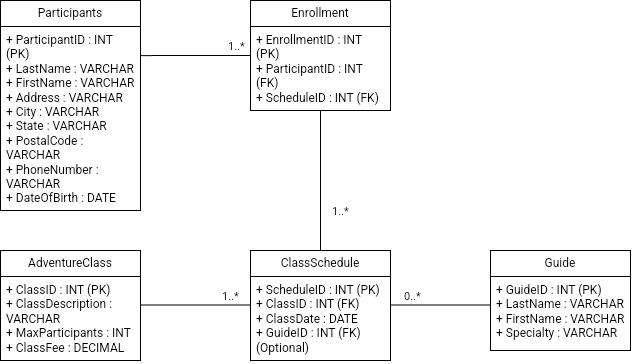
mtthwclmnt/CPE106L-4-Group-4-Submissions keeps this draw.io diagram as LR5/ProgrammingProblem1Diagram.drawio.png. Above is the earlier version. Source tidied: cells renumbered, new cells last; positions are measured from the earlier drawing's top-left corner, leaving out a move shared by most shapes.
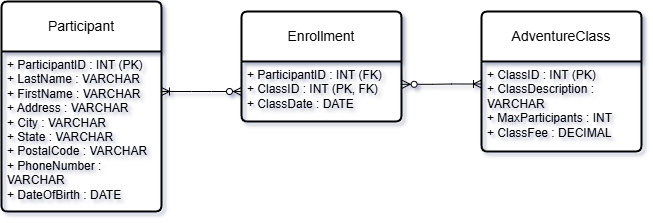
Later version of the same file.

Commit message:
Update to Problem#1 diagram file and image

The edit, as a diff of the source:
```diff
@@ -2,51 +2,29 @@
   <root>
     <mxCell id="0" />
     <mxCell id="1" parent="0" />
+    <mxCell id="16" value="Participant" style="swimlane;horizontal=1;startSize=50;rounded=1;fontSize=14;fontStyle=0;strokeWidth=2;shadow=0;dashed=0;align=center;arcSize=4;whiteSpace=wrap;html=1;" parent="1" vertex="1">
+      <mxGeometry x="-130" y="-190" width="160" height="210" as="geometry" />
+    </mxCell>
+    <mxCell id="5" value="+ ParticipantID : INT (PK)&lt;div&gt;+ LastName : VARCHAR&lt;/div&gt;&lt;div&gt;+ FirstName : VARCHAR&lt;/div&gt;&lt;div&gt;+ Address : VARCHAR&lt;/div&gt;&lt;div&gt;+ City : VARCHAR&lt;/div&gt;&lt;div&gt;+ State : VARCHAR&lt;/div&gt;&lt;div&gt;+ PostalCode : VARCHAR&lt;/div&gt;&lt;div&gt;+ PhoneNumber : VARCHAR&lt;/div&gt;&lt;div&gt;+ DateOfBirth : DATE&lt;/div&gt;" style="align=left;strokeColor=none;fillColor=none;spacingLeft=4;spacingRight=4;fontSize=12;verticalAlign=top;html=1;whiteSpace=wrap;" parent="16" vertex="1">
+      <mxGeometry y="50" width="160" height="160" as="geometry" />
+    </mxCell>
-    <mxCell id="2" value="Enrollment" style="swimlane;fontStyle=0;horizontal=1;startSize=26;fillColor=none;whiteSpace=wrap;html=1;" parent="1" vertex="1">
-      <mxGeometry x="250" width="140" height="110" as="geometry" />
+    <mxCell id="2" value="Enrollment" style="swimlane;horizontal=1;startSize=50;rounded=1;fontSize=14;fontStyle=0;strokeWidth=2;shadow=0;dashed=0;align=center;arcSize=4;whiteSpace=wrap;html=1;" parent="1" vertex="1">
+      <mxGeometry x="110" y="-180" width="160" height="110" as="geometry" />
     </mxCell>
-    <mxCell id="3" value="+ EnrollmentID : INT (PK)&lt;div&gt;+ ParticipantID : INT (FK)&lt;/div&gt;&lt;div&gt;+ ScheduleID : INT (FK)&lt;/div&gt;" style="text;strokeColor=none;fillColor=none;align=left;verticalAlign=top;spacingLeft=4;spacingRight=4;overflow=hidden;points=[[0,0.5],[1,0.5]];portConstraint=eastwest;whiteSpace=wrap;html=1;" parent="2" vertex="1">
-      <mxGeometry y="26" width="140" height="84" as="geometry" />
-    </mxCell>
-    <mxCell id="4" value="Participants" style="swimlane;fontStyle=0;horizontal=1;startSize=26;fillColor=none;whiteSpace=wrap;html=1;" parent="1" vertex="1">
-      <mxGeometry width="140" height="210" as="geometry" />
-    </mxCell>
-    <mxCell id="5" value="+ ParticipantID : INT (PK)&lt;div&gt;+ LastName : VARCHAR&lt;/div&gt;&lt;div&gt;+ FirstName : VARCHAR&lt;/div&gt;&lt;div&gt;+ Address : VARCHAR&lt;/div&gt;&lt;div&gt;+ City : VARCHAR&lt;/div&gt;&lt;div&gt;+ State : VARCHAR&lt;/div&gt;&lt;div&gt;+ PostalCode : VARCHAR&lt;/div&gt;&lt;div&gt;+ PhoneNumber : VARCHAR&lt;/div&gt;&lt;div&gt;+ DateOfBirth : DATE&lt;/div&gt;" style="text;strokeColor=none;fillColor=none;align=left;verticalAlign=top;spacingLeft=4;spacingRight=4;overflow=hidden;points=[[0,0.5],[1,0.5]];portConstraint=eastwest;whiteSpace=wrap;html=1;" parent="4" vertex="1">
-      <mxGeometry y="26" width="140" height="184" as="geometry" />
-    </mxCell>
+    <mxCell id="17" value="&lt;div&gt;+ ParticipantID : INT (FK)&lt;/div&gt;&lt;div&gt;+ ClassID : INT (PK, FK)&lt;/div&gt;&lt;div&gt;+ ClassDate : DATE&lt;/div&gt;" style="align=left;strokeColor=none;fillColor=none;spacingLeft=4;spacingRight=4;fontSize=12;verticalAlign=top;html=1;whiteSpace=wrap;" parent="2" vertex="1">
+      <mxGeometry y="50" width="160" height="60" as="geometry" />
+    </mxCell>
-    <mxCell id="6" value="AdventureClass" style="swimlane;fontStyle=0;horizontal=1;startSize=26;fillColor=none;whiteSpace=wrap;html=1;" parent="1" vertex="1">
-      <mxGeometry y="250" width="140" height="110" as="geometry" />
+    <mxCell id="6" value="AdventureClass" style="swimlane;horizontal=1;startSize=50;rounded=1;fontSize=14;fontStyle=0;strokeWidth=2;shadow=0;dashed=0;align=center;arcSize=4;whiteSpace=wrap;html=1;" parent="1" vertex="1">
+      <mxGeometry x="350" y="-180" width="160" height="140" as="geometry" />
     </mxCell>
-    <mxCell id="7" value="+ ClassID : INT (PK)&lt;div&gt;+ ClassDescription : VARCHAR&lt;/div&gt;&lt;div&gt;+ MaxParticipants : INT&lt;/div&gt;&lt;div&gt;+ ClassFee : DECIMAL&lt;/div&gt;" style="text;strokeColor=none;fillColor=none;align=left;verticalAlign=top;spacingLeft=4;spacingRight=4;overflow=hidden;points=[[0,0.5],[1,0.5]];portConstraint=eastwest;whiteSpace=wrap;html=1;" parent="6" vertex="1">
-      <mxGeometry y="26" width="140" height="84" as="geometry" />
+    <mxCell id="7" value="+ ClassID : INT (PK)&lt;div&gt;+ ClassDescription : VARCHAR&lt;/div&gt;&lt;div&gt;+ MaxParticipants : INT&lt;/div&gt;&lt;div&gt;+ ClassFee : DECIMAL&lt;/div&gt;" style="align=left;strokeColor=none;fillColor=none;spacingLeft=4;spacingRight=4;fontSize=12;verticalAlign=top;html=1;whiteSpace=wrap;" parent="6" vertex="1">
+      <mxGeometry y="50" width="160" height="90" as="geometry" />
     </mxCell>
-    <mxCell id="8" value="ClassSchedule" style="swimlane;fontStyle=0;horizontal=1;startSize=26;fillColor=none;whiteSpace=wrap;html=1;" parent="1" vertex="1">
-      <mxGeometry x="250" y="250" width="140" height="110" as="geometry" />
-    </mxCell>
-    <mxCell id="9" value="+ ScheduleID : INT (PK)&lt;div&gt;+ ClassID : INT (FK)&lt;/div&gt;&lt;div&gt;+ ClassDate : DATE&lt;/div&gt;&lt;div&gt;+ GuideID : INT (FK) (Optional)&lt;/div&gt;" style="text;strokeColor=none;fillColor=none;align=left;verticalAlign=top;spacingLeft=4;spacingRight=4;overflow=hidden;points=[[0,0.5],[1,0.5]];portConstraint=eastwest;whiteSpace=wrap;html=1;" parent="8" vertex="1">
-      <mxGeometry y="26" width="140" height="84" as="geometry" />
-    </mxCell>
-    <mxCell id="10" value="Guide" style="swimlane;fontStyle=0;horizontal=1;startSize=26;fillColor=none;whiteSpace=wrap;html=1;" parent="1" vertex="1">
-      <mxGeometry x="490" y="250" width="140" height="100" as="geometry" />
-    </mxCell>
-    <mxCell id="11" value="+ GuideID : INT (PK)&lt;div&gt;+ LastName : VARCHAR&lt;/div&gt;&lt;div&gt;+ FirstName : VARCHAR&lt;/div&gt;&lt;div&gt;+ Specialty : VARCHAR&lt;/div&gt;" style="text;strokeColor=none;fillColor=none;align=left;verticalAlign=top;spacingLeft=4;spacingRight=4;overflow=hidden;points=[[0,0.5],[1,0.5]];portConstraint=eastwest;whiteSpace=wrap;html=1;" parent="10" vertex="1">
-      <mxGeometry y="26" width="140" height="74" as="geometry" />
-    </mxCell>
-    <mxCell id="12" value="1..*" style="html=1;verticalAlign=bottom;labelBackgroundColor=none;endArrow=none;endFill=0;endSize=6;align=left;rounded=0;entryX=0;entryY=0.5;entryDx=0;entryDy=0;shadow=0;exitX=1;exitY=0.158;exitDx=0;exitDy=0;exitPerimeter=0;" parent="1" edge="1" source="5" target="2">
-      <mxGeometry x="0.56" relative="1" as="geometry" />
-    </mxCell>
-    <mxCell id="13" value="1..*" style="html=1;verticalAlign=bottom;labelBackgroundColor=none;endArrow=none;endFill=0;endSize=6;align=left;rounded=0;exitX=0.5;exitY=1;exitDx=0;exitDy=0;exitPerimeter=0;entryX=0.5;entryY=0;entryDx=0;entryDy=0;" parent="1" edge="1" source="3" target="8">
-      <mxGeometry x="0.57" y="10" relative="1" as="geometry">
-        <Array as="points">
-          <mxPoint x="320" y="180" />
-        </Array>
-      </mxGeometry>
-    </mxCell>
-    <mxCell id="14" value="1..*" style="html=1;verticalAlign=bottom;labelBackgroundColor=none;endArrow=none;endFill=0;endSize=6;align=left;rounded=0;exitX=1;exitY=0.34;exitDx=0;exitDy=0;exitPerimeter=0;entryX=0;entryY=0.34;entryDx=0;entryDy=0;entryPerimeter=0;" parent="1" edge="1" source="7" target="9">
-      <mxGeometry x="0.45" relative="1" as="geometry" />
-    </mxCell>
-    <mxCell id="15" value="0..*" style="html=1;verticalAlign=bottom;labelBackgroundColor=none;endArrow=none;endFill=0;endSize=6;align=left;rounded=0;entryX=0;entryY=0.386;entryDx=0;entryDy=0;entryPerimeter=0;exitX=1;exitY=0.34;exitDx=0;exitDy=0;exitPerimeter=0;" parent="1" edge="1" source="9" target="11">
-      <mxGeometry x="-0.75" relative="1" as="geometry" />
-    </mxCell>
+    <mxCell id="18" style="edgeStyle=entityRelationEdgeStyle;fontSize=12;html=1;endArrow=ERoneToMany;startArrow=ERzeroToMany;rounded=0;exitX=0;exitY=0.5;exitDx=0;exitDy=0;entryX=1;entryY=0.25;entryDx=0;entryDy=0;" parent="1" edge="1" source="17" target="5">
+      <mxGeometry relative="1" as="geometry" />
+    </mxCell>
+    <mxCell id="19" style="edgeStyle=entityRelationEdgeStyle;fontSize=12;html=1;endArrow=ERoneToMany;startArrow=ERzeroToMany;rounded=0;exitX=1.004;exitY=0.38;exitDx=0;exitDy=0;exitPerimeter=0;entryX=0;entryY=0.25;entryDx=0;entryDy=0;" parent="1" edge="1" source="17" target="7">
+      <mxGeometry relative="1" as="geometry" />
+    </mxCell>
   </root>
 </mxGraphModel>
```
